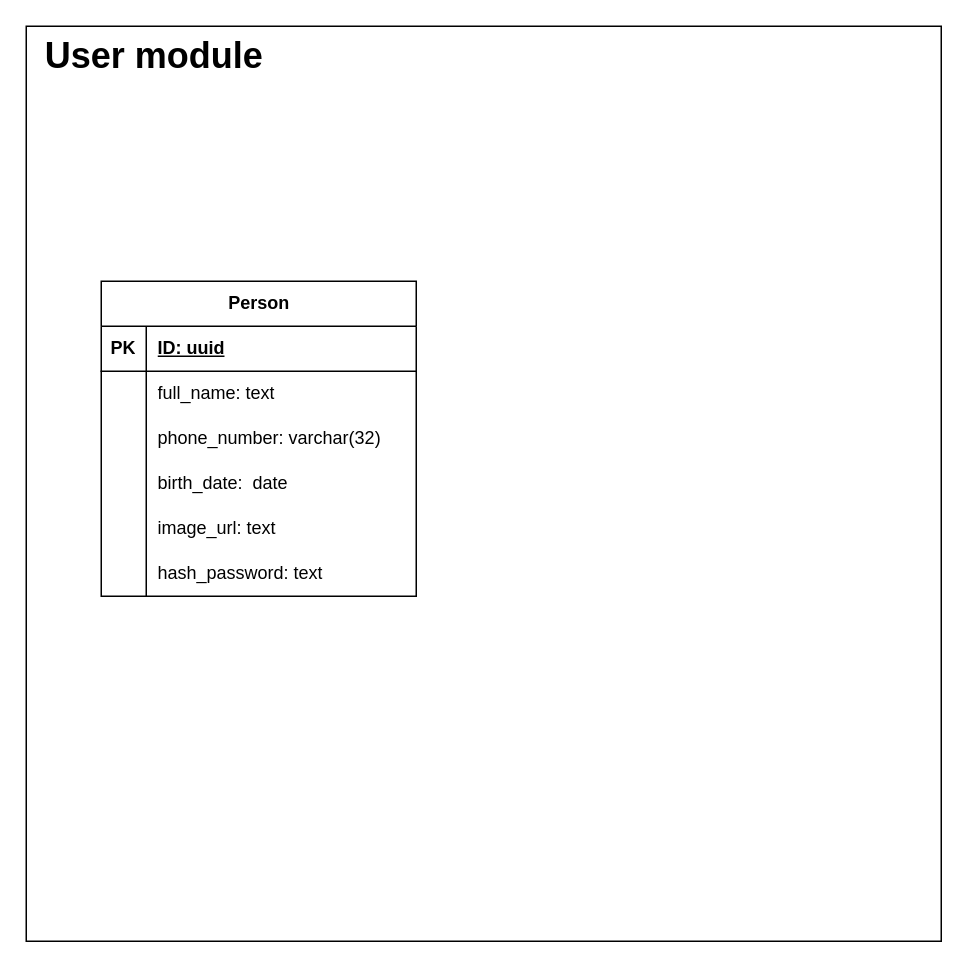
This is page "Физическая схема" (2 of 2) of documentation/DBMS.drawio from bitchofson/ecos, a draw.io file, before an edit. Source tidied: cells renumbered, new cells numbered last; positions are measured from the earlier drawing's top-left corner, leaving out a move shared by most shapes. Both pictures are drawn from the tidied source at 150%, with x=0, y=0 at pixel (26, 26).
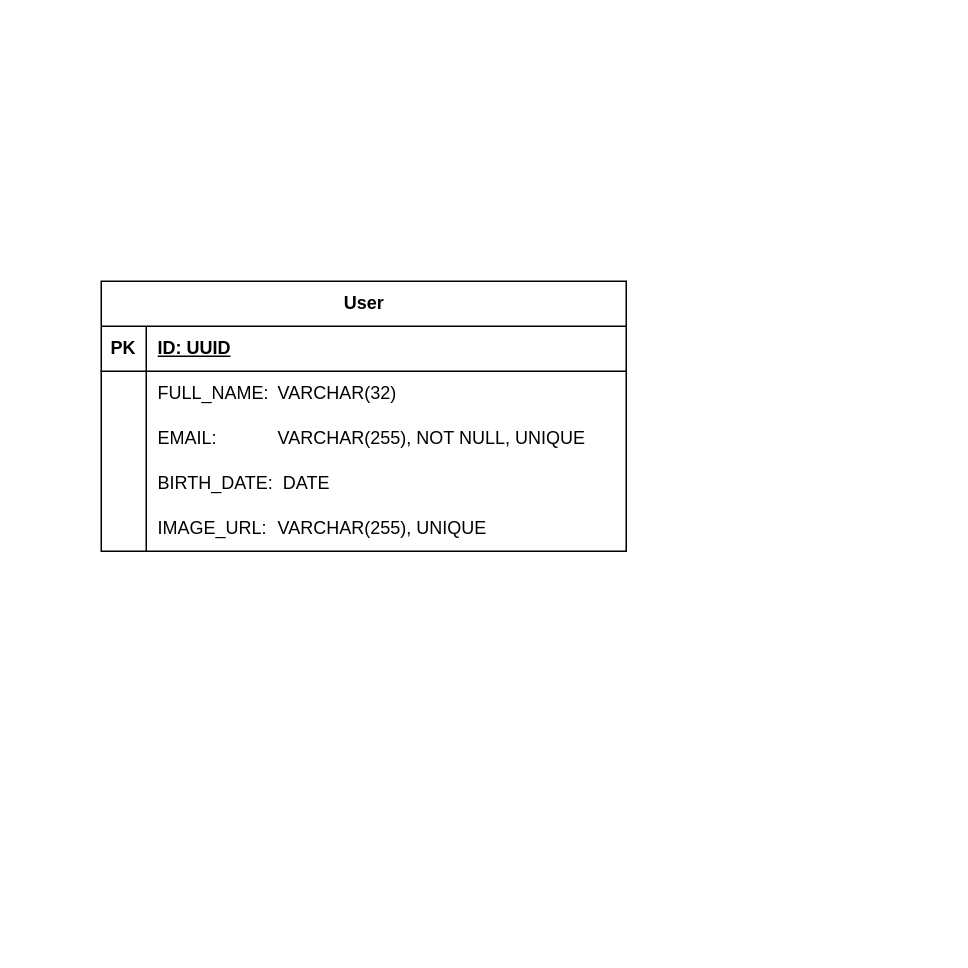
Above is the later version.

What changed in the source:
```diff
@@
-    <mxCell id="2" style="whiteSpace=wrap;html=1;" parent="1" vertex="1">
-      <mxGeometry width="610" height="610" as="geometry" />
-    </mxCell>
-    <mxCell id="3" value="Person" style="shape=table;startSize=30;childLayout=tableLayout;rowLines=0;fontStyle=1;align=center;html=1;" parent="1" vertex="1">
-      <mxGeometry x="50" y="170" width="210" height="210" as="geometry" />
+    <mxCell id="3" value="User" style="shape=table;startSize=30;childLayout=tableLayout;rowLines=0;fontStyle=1;align=center;html=1;" parent="1" vertex="1">
+      <mxGeometry x="50" y="170" width="350" height="180" as="geometry" />
     </mxCell>
     <mxCell id="4" style="shape=tableRow;horizontal=0;startSize=0;swimlaneHead=0;swimlaneBody=0;fillColor=none;top=0;left=0;right=0;bottom=1;" parent="3" vertex="1">
-      <mxGeometry y="30" width="210" height="30" as="geometry" />
+      <mxGeometry y="30" width="350" height="30" as="geometry" />
     </mxCell>
@@
-    <mxCell id="6" value="ID: uuid" style="shape=partialRectangle;fillColor=none;top=0;left=0;bottom=0;right=0;align=left;spacingLeft=6;fontStyle=5;overflow=hidden;whiteSpace=wrap;html=1;" parent="4" vertex="1">
-      <mxGeometry x="30" width="180" height="30" as="geometry" />
+    <mxCell id="6" value="ID: UUID" style="shape=partialRectangle;fillColor=none;top=0;left=0;bottom=0;right=0;align=left;spacingLeft=6;fontStyle=5;overflow=hidden;whiteSpace=wrap;html=1;" parent="4" vertex="1">
+      <mxGeometry x="30" width="320" height="30" as="geometry" />
     </mxCell>
     <mxCell id="7" style="shape=tableRow;horizontal=0;startSize=0;swimlaneHead=0;swimlaneBody=0;fillColor=none;top=0;left=0;right=0;bottom=0;" parent="3" vertex="1">
-      <mxGeometry y="60" width="210" height="30" as="geometry" />
+      <mxGeometry y="60" width="350" height="30" as="geometry" />
     </mxCell>
@@
-    <mxCell id="9" value="full_name: text" style="shape=partialRectangle;fillColor=none;top=0;left=0;bottom=0;right=0;align=left;spacingLeft=6;overflow=hidden;whiteSpace=wrap;html=1;" parent="7" vertex="1">
-      <mxGeometry x="30" width="180" height="30" as="geometry" />
+    <mxCell id="9" value="FULL_NAME:&lt;span style=&quot;white-space: pre;&quot;&gt;&#9;&lt;/span&gt;VARCHAR(32)&lt;span style=&quot;white-space: pre;&quot;&gt;&#9;&lt;/span&gt;" style="shape=partialRectangle;fillColor=none;top=0;left=0;bottom=0;right=0;align=left;spacingLeft=6;overflow=hidden;whiteSpace=wrap;html=1;" parent="7" vertex="1">
+      <mxGeometry x="30" width="320" height="30" as="geometry" />
     </mxCell>
     <mxCell id="10" style="shape=tableRow;horizontal=0;startSize=0;swimlaneHead=0;swimlaneBody=0;fillColor=none;top=0;left=0;right=0;bottom=0;" parent="3" vertex="1">
-      <mxGeometry y="90" width="210" height="30" as="geometry" />
+      <mxGeometry y="90" width="350" height="30" as="geometry" />
     </mxCell>
@@
-    <mxCell id="12" value="phone_number: varchar(32)" style="shape=partialRectangle;fillColor=none;top=0;left=0;bottom=0;right=0;align=left;spacingLeft=6;overflow=hidden;whiteSpace=wrap;html=1;" parent="10" vertex="1">
-      <mxGeometry x="30" width="180" height="30" as="geometry" />
+    <mxCell id="12" value="EMAIL:&lt;span style=&quot;white-space: pre;&quot;&gt;&#9;&lt;/span&gt;&lt;span style=&quot;white-space: pre;&quot;&gt;&#9;&lt;/span&gt;VARCHAR(255), NOT NULL, UNIQUE" style="shape=partialRectangle;fillColor=none;top=0;left=0;bottom=0;right=0;align=left;spacingLeft=6;overflow=hidden;whiteSpace=wrap;html=1;" parent="10" vertex="1">
+      <mxGeometry x="30" width="320" height="30" as="geometry" />
     </mxCell>
     <mxCell id="13" style="shape=tableRow;horizontal=0;startSize=0;swimlaneHead=0;swimlaneBody=0;fillColor=none;top=0;left=0;right=0;bottom=0;" parent="3" vertex="1">
-      <mxGeometry y="120" width="210" height="30" as="geometry" />
+      <mxGeometry y="120" width="350" height="30" as="geometry" />
     </mxCell>
@@
-    <mxCell id="15" value="birth_date:&amp;nbsp; date" style="shape=partialRectangle;fillColor=none;top=0;left=0;bottom=0;right=0;align=left;spacingLeft=6;overflow=hidden;whiteSpace=wrap;html=1;" parent="13" vertex="1">
-      <mxGeometry x="30" width="180" height="30" as="geometry" />
+    <mxCell id="15" value="BIRTH_DATE:&amp;nbsp; DATE" style="shape=partialRectangle;fillColor=none;top=0;left=0;bottom=0;right=0;align=left;spacingLeft=6;overflow=hidden;whiteSpace=wrap;html=1;" parent="13" vertex="1">
+      <mxGeometry x="30" width="320" height="30" as="geometry" />
     </mxCell>
     <mxCell id="16" style="shape=tableRow;horizontal=0;startSize=0;swimlaneHead=0;swimlaneBody=0;fillColor=none;top=0;left=0;right=0;bottom=0;" parent="3" vertex="1">
-      <mxGeometry y="150" width="210" height="30" as="geometry" />
+      <mxGeometry y="150" width="350" height="30" as="geometry" />
     </mxCell>
@@
-    <mxCell id="18" value="image_url: text" style="shape=partialRectangle;fillColor=none;top=0;left=0;bottom=0;right=0;align=left;spacingLeft=6;overflow=hidden;whiteSpace=wrap;html=1;" parent="16" vertex="1">
-      <mxGeometry x="30" width="180" height="30" as="geometry" />
+    <mxCell id="18" value="IMAGE_URL:&lt;span style=&quot;white-space: pre;&quot;&gt;&#9;&lt;/span&gt;VARCHAR(255), UNIQUE" style="shape=partialRectangle;fillColor=none;top=0;left=0;bottom=0;right=0;align=left;spacingLeft=6;overflow=hidden;whiteSpace=wrap;html=1;" parent="16" vertex="1">
+      <mxGeometry x="30" width="320" height="30" as="geometry" />
     </mxCell>
-    <mxCell id="19" style="shape=tableRow;horizontal=0;startSize=0;swimlaneHead=0;swimlaneBody=0;fillColor=none;top=0;left=0;right=0;bottom=0;" parent="3" vertex="1">
-      <mxGeometry y="180" width="210" height="30" as="geometry" />
-    </mxCell>
-    <mxCell id="20" style="shape=partialRectangle;fillColor=none;top=0;left=0;bottom=0;right=0;overflow=hidden;whiteSpace=wrap;html=1;" parent="19" vertex="1">
-      <mxGeometry width="30" height="30" as="geometry" />
-    </mxCell>
-    <mxCell id="21" value="hash_password: text" style="shape=partialRectangle;fillColor=none;top=0;left=0;bottom=0;right=0;align=left;spacingLeft=6;overflow=hidden;whiteSpace=wrap;html=1;" parent="19" vertex="1">
-      <mxGeometry x="30" width="180" height="30" as="geometry" />
-    </mxCell>
-    <mxCell id="22" value="User module" style="text;strokeColor=none;fillColor=none;html=1;fontSize=24;fontStyle=1;verticalAlign=middle;align=center;" parent="1" vertex="1">
-      <mxGeometry width="170" height="40" as="geometry" />
-    </mxCell>
```
